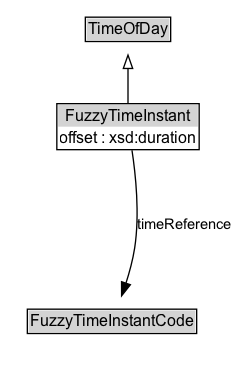
The Graphviz diagram docs/diagrams/FuzzyTimeInstant.dot.png in k-vaughn/ontology-its-time, before a commit. Its source is kept beside it as docs/diagrams/FuzzyTimeInstant.dot. Its diagram source:
```dot
digraph {
	graph [overlap=false rankdir=TB splines=true]
	node [fontname=Arial fontsize=12 margin=0 shape=none]
	edge [fontname=Arial fontsize=11]
	{
		rank=source
		TimeOfDay [label=<<TABLE BORDER="1" CELLBORDER="0" CELLSPACING="0" CELLPADDING="1"><TR><TD BGCOLOR="lightgray" ALIGN="CENTER">TimeOfDay</TD></TR></TABLE>> URL="../TimeOfDay" margin=0]
	}
	FuzzyTimeInstant [label=<<TABLE BORDER="1" CELLBORDER="0" CELLSPACING="0" CELLPADDING="1"><TR><TD BGCOLOR="lightgray" ALIGN="CENTER">FuzzyTimeInstant</TD></TR><TR><TD ALIGN="LEFT">offset : xsd:duration</TD></TR></TABLE>> URL="../FuzzyTimeInstant" margin=0]
	{
		rank=max
	}
	subgraph cluster_associated {
		label="" style=invis
		Invis [label=<<TABLE BORDER="0" CELLBORDER="0" CELLSPACING="0" CELLPADDING="1"><TR><TD></TD></TR></TABLE>> margin=0 style=invis]
		FuzzyTimeInstantCode [label=<<TABLE BORDER="1" CELLBORDER="0" CELLSPACING="0" CELLPADDING="1"><TR><TD BGCOLOR="lightgray" ALIGN="CENTER">FuzzyTimeInstantCode</TD></TR></TABLE>> URL="../FuzzyTimeInstantCode" margin=0]
	}
	FuzzyTimeInstant -> TimeOfDay [arrowhead=onormal style=solid]
	FuzzyTimeInstant -> Invis [style=invis]
	Invis -> FuzzyTimeInstantCode [style=invis]
	FuzzyTimeInstantCode [label=<<TABLE BORDER="1" CELLBORDER="0" CELLSPACING="0" CELLPADDING="1"><TR><TD BGCOLOR="lightgray" ALIGN="CENTER">FuzzyTimeInstantCode</TD></TR></TABLE>> URL="../FuzzyTimeInstantCode" margin=0]
	FuzzyTimeInstant -> FuzzyTimeInstantCode [label=timeReference arrowhead=normal style=solid]
}
```
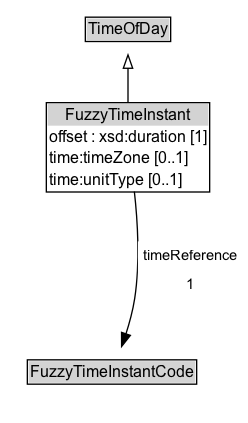
The same diagram one commit later.

The edit, as a diff of the source:
```diff
@@ -6,7 +6,7 @@
 		rank=source
 		TimeOfDay [label=<<TABLE BORDER="1" CELLBORDER="0" CELLSPACING="0" CELLPADDING="1"><TR><TD BGCOLOR="lightgray" ALIGN="CENTER">TimeOfDay</TD></TR></TABLE>> URL="../TimeOfDay" margin=0]
 	}
-	FuzzyTimeInstant [label=<<TABLE BORDER="1" CELLBORDER="0" CELLSPACING="0" CELLPADDING="1"><TR><TD BGCOLOR="lightgray" ALIGN="CENTER">FuzzyTimeInstant</TD></TR><TR><TD ALIGN="LEFT">offset : xsd:duration</TD></TR></TABLE>> URL="../FuzzyTimeInstant" margin=0]
+	FuzzyTimeInstant [label=<<TABLE BORDER="1" CELLBORDER="0" CELLSPACING="0" CELLPADDING="1"><TR><TD BGCOLOR="lightgray" ALIGN="CENTER">FuzzyTimeInstant</TD></TR><TR><TD ALIGN="LEFT">offset : xsd:duration [1]</TD></TR><TR><TD ALIGN="LEFT">time:timeZone [0..1]</TD></TR><TR><TD ALIGN="LEFT">time:unitType [0..1]</TD></TR></TABLE>> URL="../FuzzyTimeInstant" margin=0]
 	{
 		rank=max
 	}
@@ -19,5 +19,5 @@
 	FuzzyTimeInstant -> Invis [style=invis]
 	Invis -> FuzzyTimeInstantCode [style=invis]
 	FuzzyTimeInstantCode [label=<<TABLE BORDER="1" CELLBORDER="0" CELLSPACING="0" CELLPADDING="1"><TR><TD BGCOLOR="lightgray" ALIGN="CENTER">FuzzyTimeInstantCode</TD></TR></TABLE>> URL="../FuzzyTimeInstantCode" margin=0]
-	FuzzyTimeInstant -> FuzzyTimeInstantCode [label=timeReference arrowhead=normal style=solid]
+	FuzzyTimeInstant -> FuzzyTimeInstantCode [label=<<TABLE BORDER="0" CELLBORDER="0" CELLSPACING="0" CELLPADDING="4" BGCOLOR="white"><TR><TD ALIGN="CENTER">timeReference</TD></TR><TR><TD ALIGN="CENTER">1</TD></TR></TABLE>> arrowhead=normal style=solid]
 }
```
